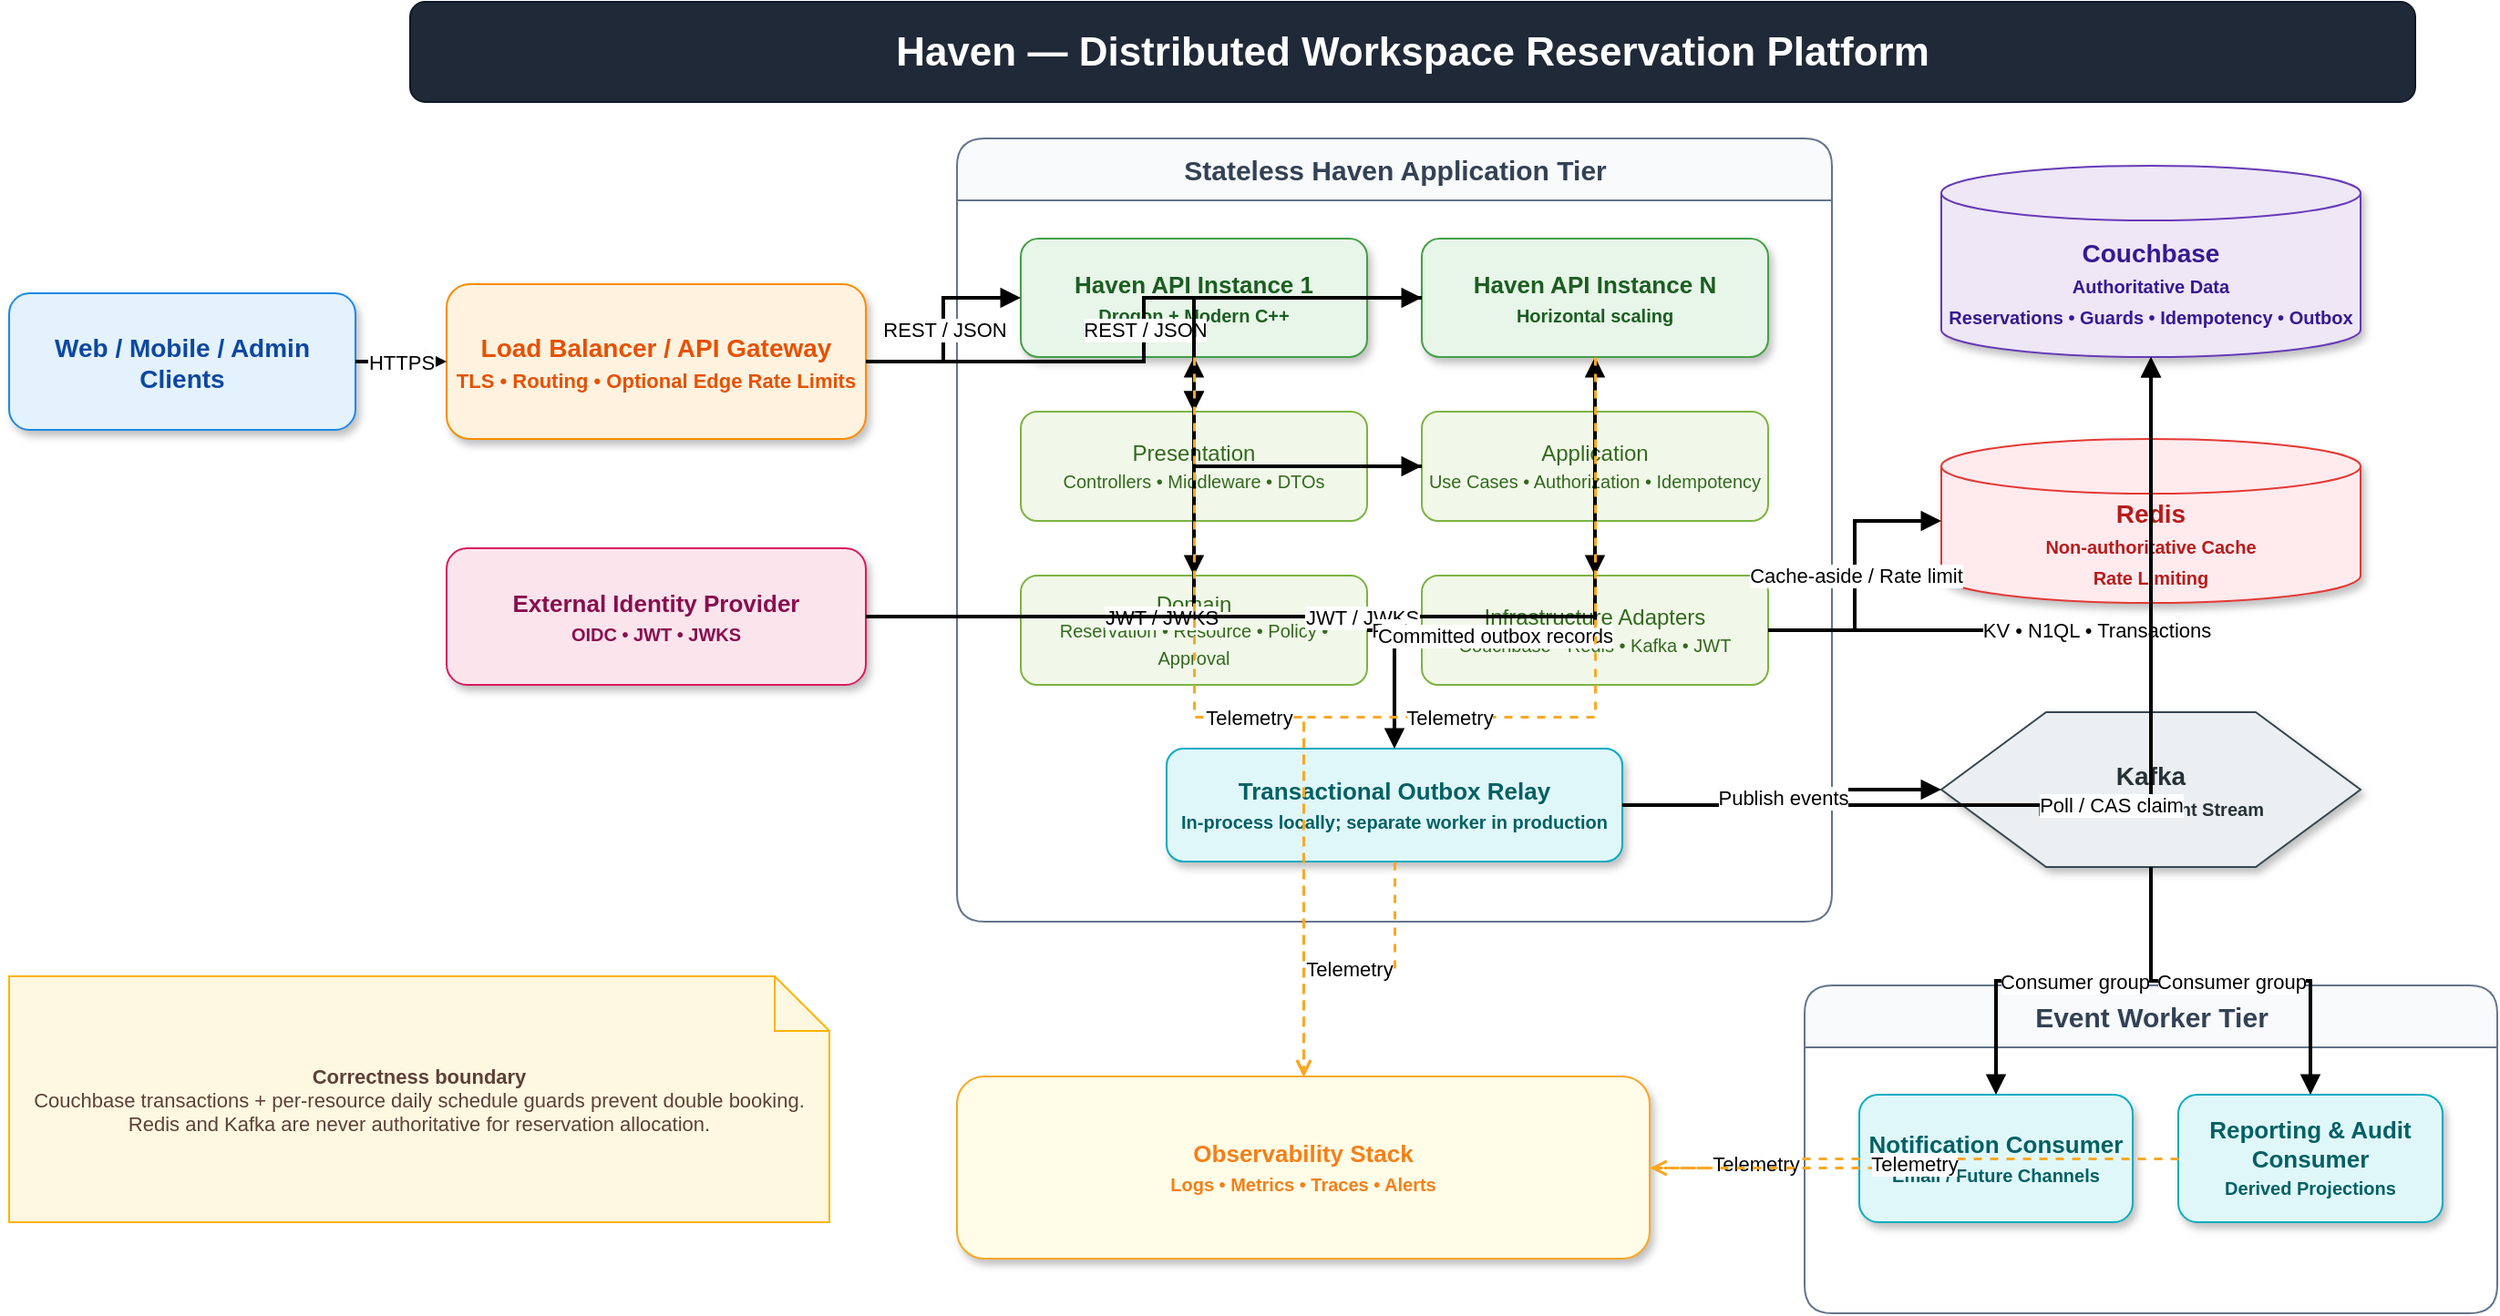
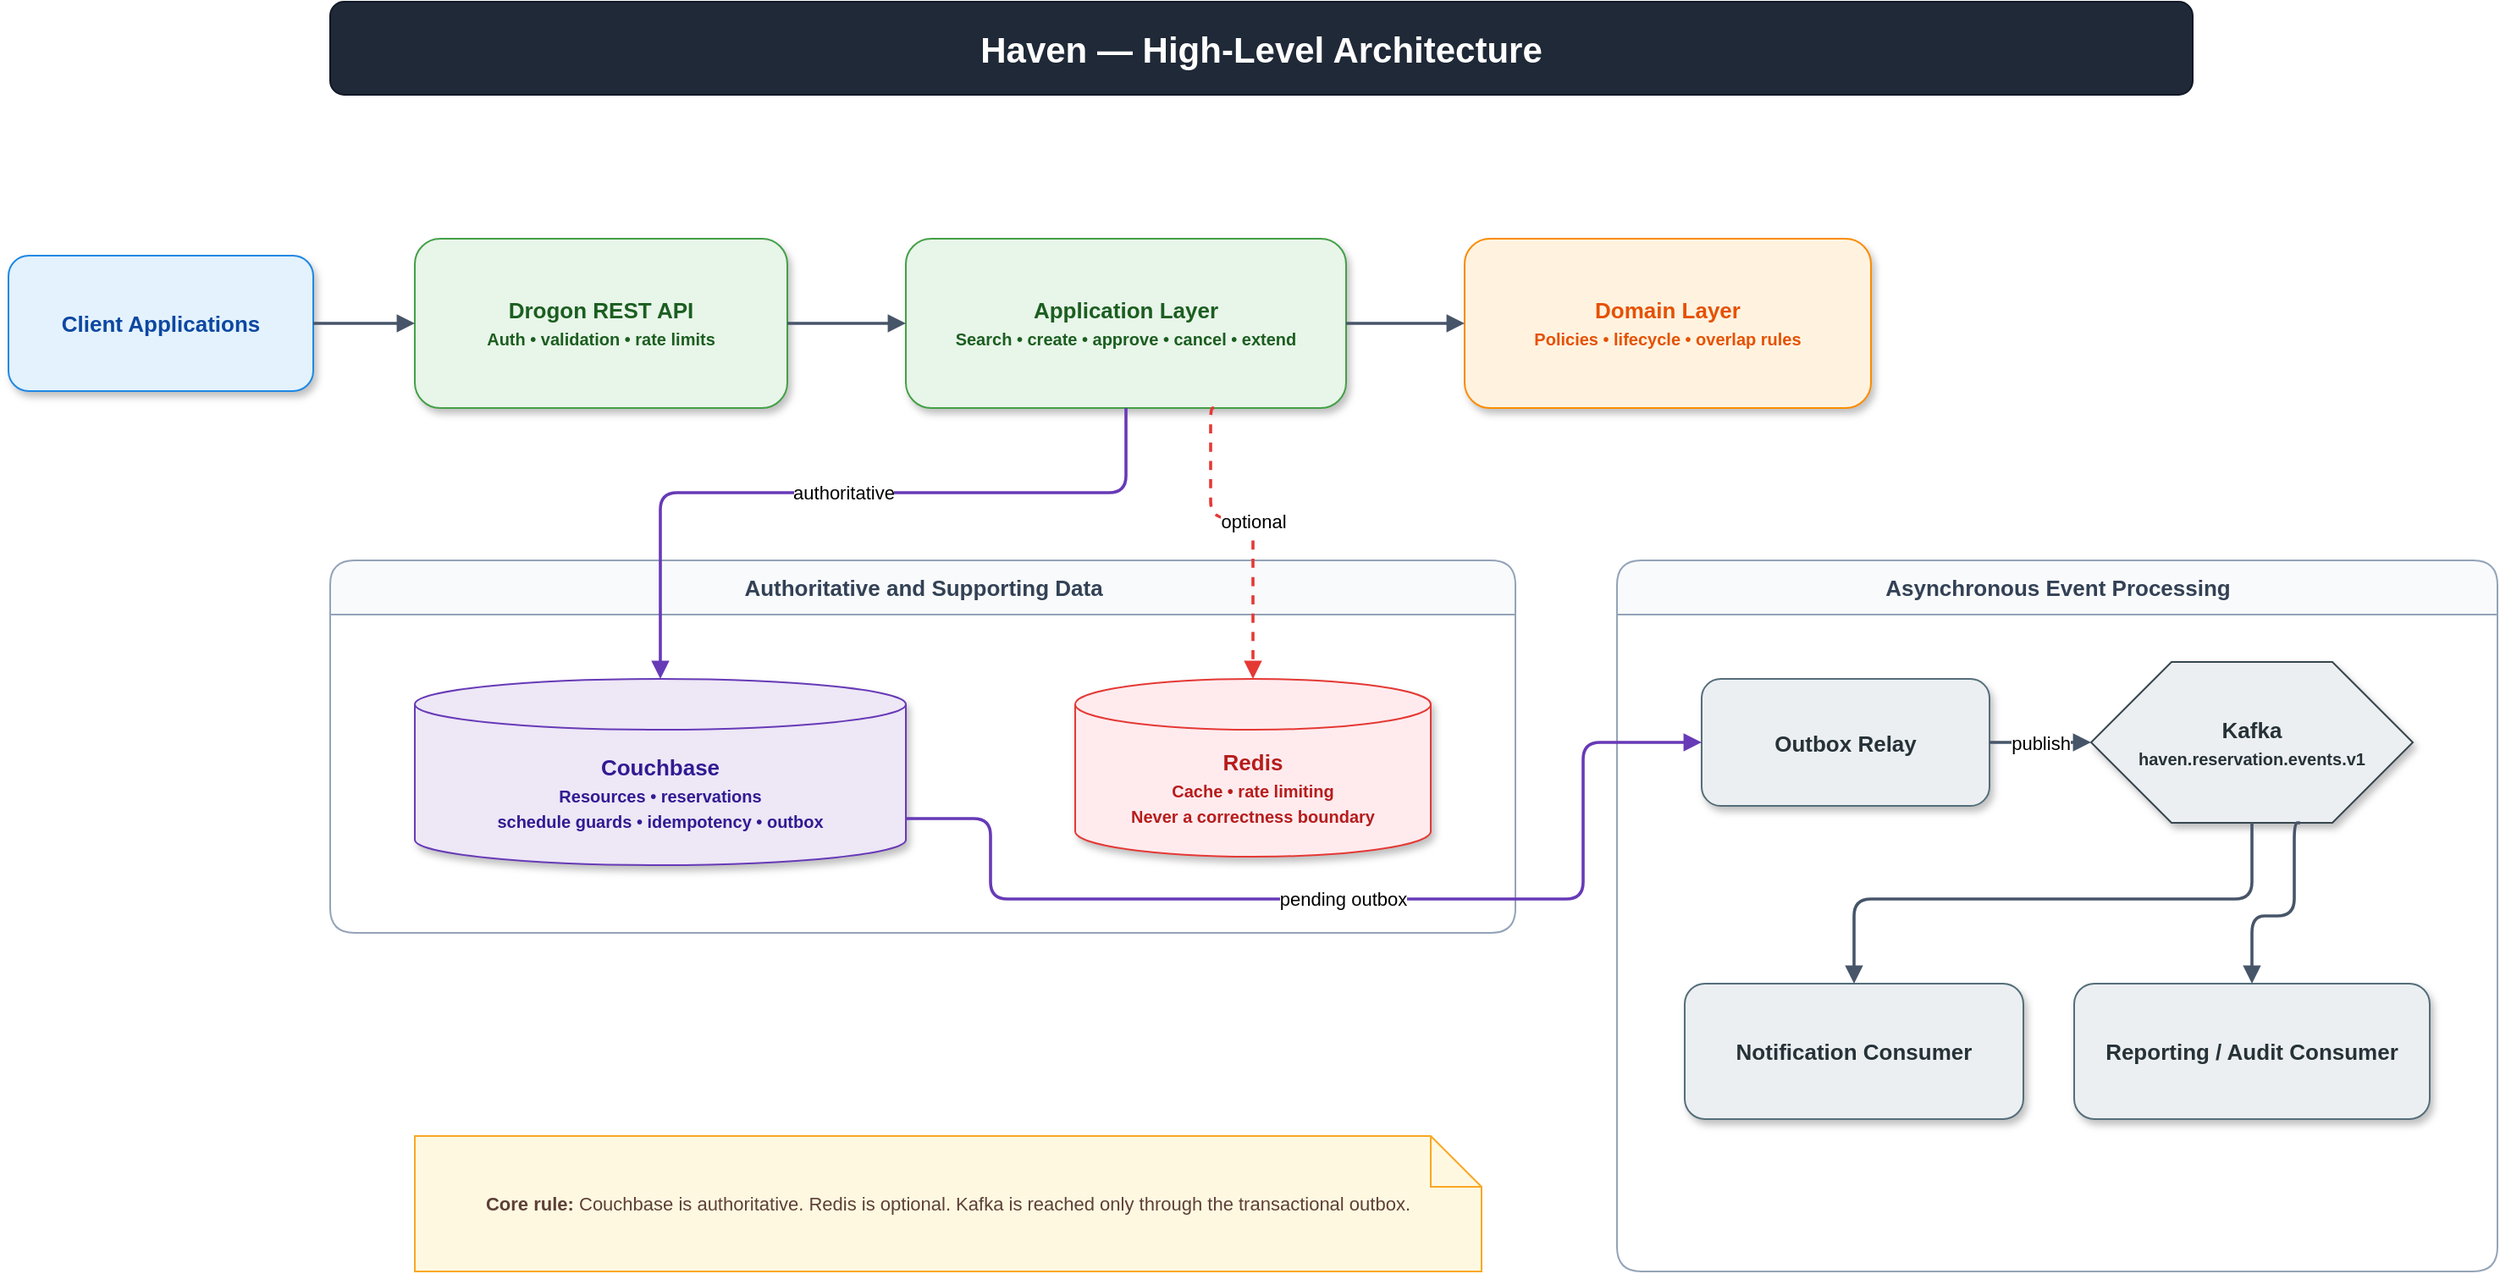
<?xml version="1.0" encoding="UTF-8"?>
- <mxfile host="app.diagrams.net" modified="2026-07-20T06:49:19.156001+00:00" agent="ChatGPT" version="24.7.17" type="device">
-    <diagram id="haven-architecture" name="Haven Architecture">
+ <mxfile host="app.diagrams.net" modified="2026-07-20T09:18:45.749853+00:00" agent="ChatGPT" version="24.7.17" type="device">
+    <diagram id="haven-architecture-polished" name="Architecture">
      <mxGraphModel dx="1600" dy="900" grid="1" gridSize="10" guides="1" tooltips="1" connect="1" arrows="1" fold="1" page="1" pageScale="1" pageWidth="1600" pageHeight="900" math="0" shadow="0">
         <root>
            <mxCell id="0" />
            <mxCell id="1" parent="0" />
-             <mxCell id="title" value="Haven — Distributed Workspace Reservation Platform" style="rounded=1;whiteSpace=wrap;html=1;fillColor=#1F2937;strokeColor=#111827;fontColor=#FFFFFF;fontSize=22;fontStyle=1;align=center;verticalAlign=middle;" vertex="1" parent="1">
+             <mxCell id="title" value="Haven — High-Level Architecture" style="rounded=1;whiteSpace=wrap;html=1;fillColor=#1F2937;strokeColor=#111827;fontColor=#FFFFFF;fontSize=21;fontStyle=1;align=center;verticalAlign=middle;" vertex="1" parent="1">
               <mxGeometry x="250" y="20" width="1100" height="55" as="geometry" />
            </mxCell>
-             <mxCell id="clients" value="Web / Mobile / Admin Clients" style="rounded=1;whiteSpace=wrap;html=1;fillColor=#E3F2FD;strokeColor=#1E88E5;fontColor=#0D47A1;fontSize=14;fontStyle=1;shadow=1;" vertex="1" parent="1">
-                <mxGeometry x="30" y="180" width="190" height="75" as="geometry" />
+             <mxCell id="client" value="Client Applications" style="rounded=1;whiteSpace=wrap;html=1;fillColor=#E3F2FD;strokeColor=#1E88E5;fontColor=#0D47A1;fontSize=13;fontStyle=1;shadow=1;" vertex="1" parent="1">
+                <mxGeometry x="60" y="170" width="180" height="80" as="geometry" />
            </mxCell>
-             <mxCell id="gateway" value="Load Balancer / API Gateway&lt;br&gt;&lt;font style='font-size:11px'&gt;TLS • Routing • Optional Edge Rate Limits&lt;/font&gt;" style="rounded=1;whiteSpace=wrap;html=1;fillColor=#FFF3E0;strokeColor=#FB8C00;fontColor=#E65100;fontSize=14;fontStyle=1;shadow=1;" vertex="1" parent="1">
-                <mxGeometry x="270" y="175" width="230" height="85" as="geometry" />
+             <mxCell id="api" value="Drogon REST API&lt;br&gt;&lt;font style='font-size:10px'&gt;Auth • validation • rate limits&lt;/font&gt;" style="rounded=1;whiteSpace=wrap;html=1;fillColor=#E8F5E9;strokeColor=#43A047;fontColor=#1B5E20;fontSize=13;fontStyle=1;shadow=1;" vertex="1" parent="1">
+                <mxGeometry x="300" y="160" width="220" height="100" as="geometry" />
            </mxCell>
-             <mxCell id="app-tier" value="Stateless Haven Application Tier" style="swimlane;rounded=1;html=1;startSize=34;horizontal=1;fillColor=#F8FAFC;strokeColor=#64748B;fontColor=#334155;fontSize=15;fontStyle=1;" vertex="1" parent="1">
-                <mxGeometry x="550" y="95" width="480" height="430" as="geometry" />
+             <mxCell id="application" value="Application Layer&lt;br&gt;&lt;font style='font-size:10px'&gt;Search • create • approve • cancel • extend&lt;/font&gt;" style="rounded=1;whiteSpace=wrap;html=1;fillColor=#E8F5E9;strokeColor=#43A047;fontColor=#1B5E20;fontSize=13;fontStyle=1;shadow=1;" vertex="1" parent="1">
+                <mxGeometry x="590" y="160" width="260" height="100" as="geometry" />
            </mxCell>
-             <mxCell id="api1" value="Haven API Instance 1&lt;br&gt;&lt;font style='font-size:10px'&gt;Drogon + Modern C++&lt;/font&gt;" style="rounded=1;whiteSpace=wrap;html=1;fillColor=#E8F5E9;strokeColor=#43A047;fontColor=#1B5E20;fontSize=13;fontStyle=1;shadow=1;" vertex="1" parent="1">
-                <mxGeometry x="585" y="150" width="190" height="65" as="geometry" />
+             <mxCell id="domain" value="Domain Layer&lt;br&gt;&lt;font style='font-size:10px'&gt;Policies • lifecycle • overlap rules&lt;/font&gt;" style="rounded=1;whiteSpace=wrap;html=1;fillColor=#FFF3E0;strokeColor=#FB8C00;fontColor=#E65100;fontSize=13;fontStyle=1;shadow=1;" vertex="1" parent="1">
+                <mxGeometry x="920" y="160" width="240" height="100" as="geometry" />
            </mxCell>
-             <mxCell id="api2" value="Haven API Instance N&lt;br&gt;&lt;font style='font-size:10px'&gt;Horizontal scaling&lt;/font&gt;" style="rounded=1;whiteSpace=wrap;html=1;fillColor=#E8F5E9;strokeColor=#43A047;fontColor=#1B5E20;fontSize=13;fontStyle=1;shadow=1;" vertex="1" parent="1">
-                <mxGeometry x="805" y="150" width="190" height="65" as="geometry" />
+             <mxCell id="data-group" value="Authoritative and Supporting Data" style="swimlane;rounded=1;html=1;startSize=32;horizontal=1;fillColor=#F8FAFC;strokeColor=#94A3B8;fontColor=#334155;fontSize=13;fontStyle=1;" vertex="1" parent="1">
+                <mxGeometry x="250" y="350" width="700" height="220" as="geometry" />
            </mxCell>
-             <mxCell id="presentation" value="Presentation&lt;br&gt;&lt;font style='font-size:10px'&gt;Controllers • Middleware • DTOs&lt;/font&gt;" style="rounded=1;whiteSpace=wrap;html=1;fillColor=#F1F8E9;strokeColor=#7CB342;fontColor=#33691E;fontSize=12;" vertex="1" parent="1">
-                <mxGeometry x="585" y="245" width="190" height="60" as="geometry" />
+             <mxCell id="couchbase" value="Couchbase&lt;br&gt;&lt;font style='font-size:10px'&gt;Resources • reservations&lt;br&gt;schedule guards • idempotency • outbox&lt;/font&gt;" style="shape=cylinder3;whiteSpace=wrap;html=1;boundedLbl=1;backgroundOutline=1;fillColor=#EDE7F6;strokeColor=#673AB7;fontColor=#311B92;fontSize=13;fontStyle=1;shadow=1;" vertex="1" parent="1">
+                <mxGeometry x="300" y="420" width="290" height="110" as="geometry" />
            </mxCell>
-             <mxCell id="application" value="Application&lt;br&gt;&lt;font style='font-size:10px'&gt;Use Cases • Authorization • Idempotency&lt;/font&gt;" style="rounded=1;whiteSpace=wrap;html=1;fillColor=#F1F8E9;strokeColor=#7CB342;fontColor=#33691E;fontSize=12;" vertex="1" parent="1">
-                <mxGeometry x="805" y="245" width="190" height="60" as="geometry" />
+             <mxCell id="redis" value="Redis&lt;br&gt;&lt;font style='font-size:10px'&gt;Cache • rate limiting&lt;br&gt;Never a correctness boundary&lt;/font&gt;" style="shape=cylinder3;whiteSpace=wrap;html=1;boundedLbl=1;backgroundOutline=1;fillColor=#FFEBEE;strokeColor=#E53935;fontColor=#B71C1C;fontSize=13;fontStyle=1;shadow=1;" vertex="1" parent="1">
+                <mxGeometry x="690" y="420" width="210" height="105" as="geometry" />
            </mxCell>
-             <mxCell id="domain" value="Domain&lt;br&gt;&lt;font style='font-size:10px'&gt;Reservation • Resource • Policy • Approval&lt;/font&gt;" style="rounded=1;whiteSpace=wrap;html=1;fillColor=#F1F8E9;strokeColor=#7CB342;fontColor=#33691E;fontSize=12;" vertex="1" parent="1">
-                <mxGeometry x="585" y="335" width="190" height="60" as="geometry" />
+             <mxCell id="event-group" value="Asynchronous Event Processing" style="swimlane;rounded=1;html=1;startSize=32;horizontal=1;fillColor=#F8FAFC;strokeColor=#94A3B8;fontColor=#334155;fontSize=13;fontStyle=1;" vertex="1" parent="1">
+                <mxGeometry x="1010" y="350" width="520" height="420" as="geometry" />
            </mxCell>
-             <mxCell id="infra" value="Infrastructure Adapters&lt;br&gt;&lt;font style='font-size:10px'&gt;Couchbase • Redis • Kafka • JWT&lt;/font&gt;" style="rounded=1;whiteSpace=wrap;html=1;fillColor=#F1F8E9;strokeColor=#7CB342;fontColor=#33691E;fontSize=12;" vertex="1" parent="1">
-                <mxGeometry x="805" y="335" width="190" height="60" as="geometry" />
+             <mxCell id="relay" value="Outbox Relay" style="rounded=1;whiteSpace=wrap;html=1;fillColor=#ECEFF1;strokeColor=#546E7A;fontColor=#263238;fontSize=13;fontStyle=1;shadow=1;" vertex="1" parent="1">
+                <mxGeometry x="1060" y="420" width="170" height="75" as="geometry" />
            </mxCell>
-             <mxCell id="outbox-relay" value="Transactional Outbox Relay&lt;br&gt;&lt;font style='font-size:10px'&gt;In-process locally; separate worker in production&lt;/font&gt;" style="rounded=1;whiteSpace=wrap;html=1;fillColor=#E0F7FA;strokeColor=#00ACC1;fontColor=#006064;fontSize=13;fontStyle=1;shadow=1;" vertex="1" parent="1">
-                <mxGeometry x="665" y="430" width="250" height="62" as="geometry" />
+             <mxCell id="kafka" value="Kafka&lt;br&gt;&lt;font style='font-size:10px'&gt;haven.reservation.events.v1&lt;/font&gt;" style="shape=hexagon;perimeter=hexagonPerimeter2;whiteSpace=wrap;html=1;fillColor=#ECEFF1;strokeColor=#37474F;fontColor=#263238;fontSize=13;fontStyle=1;shadow=1;" vertex="1" parent="1">
+                <mxGeometry x="1290" y="410" width="190" height="95" as="geometry" />
            </mxCell>
-             <mxCell id="identity" value="External Identity Provider&lt;br&gt;&lt;font style='font-size:10px'&gt;OIDC • JWT • JWKS&lt;/font&gt;" style="rounded=1;whiteSpace=wrap;html=1;fillColor=#FCE4EC;strokeColor=#D81B60;fontColor=#880E4F;fontSize=13;fontStyle=1;shadow=1;" vertex="1" parent="1">
-                <mxGeometry x="270" y="320" width="230" height="75" as="geometry" />
+             <mxCell id="notification" value="Notification Consumer" style="rounded=1;whiteSpace=wrap;html=1;fillColor=#ECEFF1;strokeColor=#546E7A;fontColor=#263238;fontSize=13;fontStyle=1;shadow=1;" vertex="1" parent="1">
+                <mxGeometry x="1050" y="600" width="200" height="80" as="geometry" />
            </mxCell>
-             <mxCell id="couchbase" value="Couchbase&lt;br&gt;&lt;font style='font-size:10px'&gt;Authoritative Data&lt;br&gt;Reservations • Guards • Idempotency • Outbox&lt;/font&gt;" style="shape=cylinder3;whiteSpace=wrap;html=1;boundedLbl=1;backgroundOutline=1;fillColor=#EDE7F6;strokeColor=#673AB7;fontColor=#311B92;fontSize=14;fontStyle=1;shadow=1;" vertex="1" parent="1">
-                <mxGeometry x="1090" y="110" width="230" height="105" as="geometry" />
+             <mxCell id="reporting" value="Reporting / Audit Consumer" style="rounded=1;whiteSpace=wrap;html=1;fillColor=#ECEFF1;strokeColor=#546E7A;fontColor=#263238;fontSize=13;fontStyle=1;shadow=1;" vertex="1" parent="1">
+                <mxGeometry x="1280" y="600" width="210" height="80" as="geometry" />
            </mxCell>
-             <mxCell id="redis" value="Redis&lt;br&gt;&lt;font style='font-size:10px'&gt;Non-authoritative Cache&lt;br&gt;Rate Limiting&lt;/font&gt;" style="shape=cylinder3;whiteSpace=wrap;html=1;boundedLbl=1;backgroundOutline=1;fillColor=#FFEBEE;strokeColor=#E53935;fontColor=#B71C1C;fontSize=14;fontStyle=1;shadow=1;" vertex="1" parent="1">
-                <mxGeometry x="1090" y="260" width="230" height="90" as="geometry" />
-             </mxCell>
-             <mxCell id="kafka" value="Kafka&lt;br&gt;&lt;font style='font-size:10px'&gt;Reservation Event Stream&lt;/font&gt;" style="shape=hexagon;perimeter=hexagonPerimeter2;whiteSpace=wrap;html=1;fillColor=#ECEFF1;strokeColor=#37474F;fontColor=#263238;fontSize=14;fontStyle=1;shadow=1;" vertex="1" parent="1">
-                <mxGeometry x="1090" y="410" width="230" height="85" as="geometry" />
-             </mxCell>
-             <mxCell id="workers" value="Event Worker Tier" style="swimlane;rounded=1;html=1;startSize=34;horizontal=1;fillColor=#F8FAFC;strokeColor=#64748B;fontColor=#334155;fontSize=15;fontStyle=1;" vertex="1" parent="1">
-                <mxGeometry x="1015" y="560" width="380" height="180" as="geometry" />
-             </mxCell>
-             <mxCell id="notification" value="Notification Consumer&lt;br&gt;&lt;font style='font-size:10px'&gt;Email / Future Channels&lt;/font&gt;" style="rounded=1;whiteSpace=wrap;html=1;fillColor=#E0F7FA;strokeColor=#00ACC1;fontColor=#006064;fontSize=13;fontStyle=1;shadow=1;" vertex="1" parent="1">
-                <mxGeometry x="1045" y="620" width="150" height="70" as="geometry" />
-             </mxCell>
-             <mxCell id="reporting" value="Reporting &amp; Audit Consumer&lt;br&gt;&lt;font style='font-size:10px'&gt;Derived Projections&lt;/font&gt;" style="rounded=1;whiteSpace=wrap;html=1;fillColor=#E0F7FA;strokeColor=#00ACC1;fontColor=#006064;fontSize=13;fontStyle=1;shadow=1;" vertex="1" parent="1">
-                <mxGeometry x="1220" y="620" width="145" height="70" as="geometry" />
-             </mxCell>
-             <mxCell id="observability" value="Observability Stack&lt;br&gt;&lt;font style='font-size:10px'&gt;Logs • Metrics • Traces • Alerts&lt;/font&gt;" style="rounded=1;whiteSpace=wrap;html=1;fillColor=#FFFDE7;strokeColor=#F9A825;fontColor=#F57F17;fontSize=13;fontStyle=1;shadow=1;" vertex="1" parent="1">
-                <mxGeometry x="550" y="610" width="380" height="100" as="geometry" />
-             </mxCell>
-             <mxCell id="note" value="&lt;b&gt;Correctness boundary&lt;/b&gt;&lt;br&gt;Couchbase transactions + per-resource daily schedule guards prevent double booking. Redis and Kafka are never authoritative for reservation allocation." style="shape=note;whiteSpace=wrap;html=1;backgroundOutline=1;fillColor=#FFF8E1;strokeColor=#FFB300;fontColor=#5D4037;fontSize=11;" vertex="1" parent="1">
-                <mxGeometry x="30" y="555" width="450" height="135" as="geometry" />
-             </mxCell>
-             <mxCell id="e1" value="HTTPS" style="edgeStyle=orthogonalEdgeStyle;rounded=0;orthogonalLoop=1;jettySize=auto;html=1;endArrow=block;endFill=1;strokeWidth=2;" edge="1" parent="1" source="clients" target="gateway">
+             <mxCell id="a1" value="" style="edgeStyle=orthogonalEdgeStyle;rounded=1;orthogonalLoop=1;jettySize=auto;html=1;endArrow=block;endFill=1;strokeWidth=1.8;strokeColor=#475569;fontSize=11;labelBackgroundColor=#FFFFFF;exitX=1;exitY=0.5;exitDx=0;exitDy=0;exitPerimeter=1;entryX=0;entryY=0.5;entryDx=0;entryDy=0;entryPerimeter=1;" edge="1" parent="1" source="client" target="api">
               <mxGeometry relative="1" as="geometry" />
            </mxCell>
-             <mxCell id="e2" value="REST / JSON" style="edgeStyle=orthogonalEdgeStyle;rounded=0;orthogonalLoop=1;jettySize=auto;html=1;endArrow=block;endFill=1;strokeWidth=2;" edge="1" parent="1" source="gateway" target="api1">
+             <mxCell id="a2" value="" style="edgeStyle=orthogonalEdgeStyle;rounded=1;orthogonalLoop=1;jettySize=auto;html=1;endArrow=block;endFill=1;strokeWidth=1.8;strokeColor=#475569;fontSize=11;labelBackgroundColor=#FFFFFF;exitX=1;exitY=0.5;exitDx=0;exitDy=0;exitPerimeter=1;entryX=0;entryY=0.5;entryDx=0;entryDy=0;entryPerimeter=1;" edge="1" parent="1" source="api" target="application">
               <mxGeometry relative="1" as="geometry" />
            </mxCell>
-             <mxCell id="e3" value="REST / JSON" style="edgeStyle=orthogonalEdgeStyle;rounded=0;orthogonalLoop=1;jettySize=auto;html=1;endArrow=block;endFill=1;strokeWidth=2;" edge="1" parent="1" source="gateway" target="api2">
+             <mxCell id="a3" value="" style="edgeStyle=orthogonalEdgeStyle;rounded=1;orthogonalLoop=1;jettySize=auto;html=1;endArrow=block;endFill=1;strokeWidth=1.8;strokeColor=#475569;fontSize=11;labelBackgroundColor=#FFFFFF;exitX=1;exitY=0.5;exitDx=0;exitDy=0;exitPerimeter=1;entryX=0;entryY=0.5;entryDx=0;entryDy=0;entryPerimeter=1;" edge="1" parent="1" source="application" target="domain">
               <mxGeometry relative="1" as="geometry" />
            </mxCell>
-             <mxCell id="e4" value="JWT / JWKS" style="edgeStyle=orthogonalEdgeStyle;rounded=0;orthogonalLoop=1;jettySize=auto;html=1;endArrow=block;endFill=1;strokeWidth=2;" edge="1" parent="1" source="identity" target="api1">
+             <mxCell id="a4" value="authoritative" style="edgeStyle=orthogonalEdgeStyle;rounded=1;orthogonalLoop=1;jettySize=auto;html=1;endArrow=block;endFill=1;strokeWidth=1.8;strokeColor=#673AB7;fontSize=11;labelBackgroundColor=#FFFFFF;exitX=0.5;exitY=1;exitDx=0;exitDy=0;exitPerimeter=1;entryX=0.5;entryY=0;entryDx=0;entryDy=0;entryPerimeter=1;" edge="1" parent="1" source="application" target="couchbase">
+                <mxGeometry relative="1" as="geometry">
+                   <Array as="points">
+                      <mxPoint x="720" y="310" />
+                      <mxPoint x="445" y="310" />
+                   </Array>
+                </mxGeometry>
+             </mxCell>
+             <mxCell id="a5" value="optional" style="edgeStyle=orthogonalEdgeStyle;rounded=1;orthogonalLoop=1;jettySize=auto;html=1;endArrow=block;endFill=1;strokeWidth=1.8;strokeColor=#E53935;fontSize=11;labelBackgroundColor=#FFFFFF;dashed=1;exitX=0.7;exitY=1;exitDx=0;exitDy=0;exitPerimeter=1;entryX=0.5;entryY=0;entryDx=0;entryDy=0;entryPerimeter=1;" edge="1" parent="1" source="application" target="redis">
+                <mxGeometry relative="1" as="geometry">
+                   <Array as="points">
+                      <mxPoint x="770" y="325" />
+                      <mxPoint x="795" y="325" />
+                   </Array>
+                </mxGeometry>
+             </mxCell>
+             <mxCell id="a6" value="pending outbox" style="edgeStyle=orthogonalEdgeStyle;rounded=1;orthogonalLoop=1;jettySize=auto;html=1;endArrow=block;endFill=1;strokeWidth=1.8;strokeColor=#673AB7;fontSize=11;labelBackgroundColor=#FFFFFF;exitX=1;exitY=0.75;exitDx=0;exitDy=0;exitPerimeter=1;entryX=0;entryY=0.5;entryDx=0;entryDy=0;entryPerimeter=1;" edge="1" parent="1" source="couchbase" target="relay">
+                <mxGeometry relative="1" as="geometry">
+                   <Array as="points">
+                      <mxPoint x="640" y="550" />
+                      <mxPoint x="990" y="550" />
+                      <mxPoint x="990" y="458" />
+                   </Array>
+                </mxGeometry>
+             </mxCell>
+             <mxCell id="a7" value="publish" style="edgeStyle=orthogonalEdgeStyle;rounded=1;orthogonalLoop=1;jettySize=auto;html=1;endArrow=block;endFill=1;strokeWidth=1.8;strokeColor=#475569;fontSize=11;labelBackgroundColor=#FFFFFF;exitX=1;exitY=0.5;exitDx=0;exitDy=0;exitPerimeter=1;entryX=0;entryY=0.5;entryDx=0;entryDy=0;entryPerimeter=1;" edge="1" parent="1" source="relay" target="kafka">
               <mxGeometry relative="1" as="geometry" />
            </mxCell>
-             <mxCell id="e5" value="JWT / JWKS" style="edgeStyle=orthogonalEdgeStyle;rounded=0;orthogonalLoop=1;jettySize=auto;html=1;endArrow=block;endFill=1;strokeWidth=2;" edge="1" parent="1" source="identity" target="api2">
-                <mxGeometry relative="1" as="geometry" />
+             <mxCell id="a8" value="" style="edgeStyle=orthogonalEdgeStyle;rounded=1;orthogonalLoop=1;jettySize=auto;html=1;endArrow=block;endFill=1;strokeWidth=1.8;strokeColor=#475569;fontSize=11;labelBackgroundColor=#FFFFFF;exitX=0.5;exitY=1;exitDx=0;exitDy=0;exitPerimeter=1;entryX=0.5;entryY=0;entryDx=0;entryDy=0;entryPerimeter=1;" edge="1" parent="1" source="kafka" target="notification">
+                <mxGeometry relative="1" as="geometry">
+                   <Array as="points">
+                      <mxPoint x="1385" y="550" />
+                      <mxPoint x="1150" y="550" />
+                   </Array>
+                </mxGeometry>
            </mxCell>
-             <mxCell id="e6" value="" style="edgeStyle=orthogonalEdgeStyle;rounded=0;orthogonalLoop=1;jettySize=auto;html=1;endArrow=block;endFill=1;strokeWidth=2;" edge="1" parent="1" source="api1" target="presentation">
-                <mxGeometry relative="1" as="geometry" />
+             <mxCell id="a9" value="" style="edgeStyle=orthogonalEdgeStyle;rounded=1;orthogonalLoop=1;jettySize=auto;html=1;endArrow=block;endFill=1;strokeWidth=1.8;strokeColor=#475569;fontSize=11;labelBackgroundColor=#FFFFFF;exitX=0.65;exitY=1;exitDx=0;exitDy=0;exitPerimeter=1;entryX=0.5;entryY=0;entryDx=0;entryDy=0;entryPerimeter=1;" edge="1" parent="1" source="kafka" target="reporting">
+                <mxGeometry relative="1" as="geometry">
+                   <Array as="points">
+                      <mxPoint x="1410" y="560" />
+                      <mxPoint x="1385" y="560" />
+                   </Array>
+                </mxGeometry>
            </mxCell>
-             <mxCell id="e7" value="" style="edgeStyle=orthogonalEdgeStyle;rounded=0;orthogonalLoop=1;jettySize=auto;html=1;endArrow=block;endFill=1;strokeWidth=2;" edge="1" parent="1" source="api2" target="presentation">
-                <mxGeometry relative="1" as="geometry" />
-             </mxCell>
-             <mxCell id="e8" value="" style="edgeStyle=orthogonalEdgeStyle;rounded=0;orthogonalLoop=1;jettySize=auto;html=1;endArrow=block;endFill=1;strokeWidth=2;" edge="1" parent="1" source="presentation" target="application">
-                <mxGeometry relative="1" as="geometry" />
-             </mxCell>
-             <mxCell id="e9" value="" style="edgeStyle=orthogonalEdgeStyle;rounded=0;orthogonalLoop=1;jettySize=auto;html=1;endArrow=block;endFill=1;strokeWidth=2;" edge="1" parent="1" source="application" target="domain">
-                <mxGeometry relative="1" as="geometry" />
-             </mxCell>
-             <mxCell id="e10" value="" style="edgeStyle=orthogonalEdgeStyle;rounded=0;orthogonalLoop=1;jettySize=auto;html=1;endArrow=block;endFill=1;strokeWidth=2;" edge="1" parent="1" source="application" target="infra">
-                <mxGeometry relative="1" as="geometry" />
-             </mxCell>
-             <mxCell id="e11" value="Ports" style="edgeStyle=orthogonalEdgeStyle;rounded=0;orthogonalLoop=1;jettySize=auto;html=1;endArrow=block;endFill=1;strokeWidth=2;" edge="1" parent="1" source="domain" target="infra">
-                <mxGeometry relative="1" as="geometry" />
-             </mxCell>
-             <mxCell id="e12" value="KV • N1QL • Transactions" style="edgeStyle=orthogonalEdgeStyle;rounded=0;orthogonalLoop=1;jettySize=auto;html=1;endArrow=block;endFill=1;strokeWidth=2;" edge="1" parent="1" source="infra" target="couchbase">
-                <mxGeometry relative="1" as="geometry" />
-             </mxCell>
-             <mxCell id="e13" value="Cache-aside / Rate limit" style="edgeStyle=orthogonalEdgeStyle;rounded=0;orthogonalLoop=1;jettySize=auto;html=1;endArrow=block;endFill=1;strokeWidth=2;" edge="1" parent="1" source="infra" target="redis">
-                <mxGeometry relative="1" as="geometry" />
-             </mxCell>
-             <mxCell id="e14" value="Committed outbox records" style="edgeStyle=orthogonalEdgeStyle;rounded=0;orthogonalLoop=1;jettySize=auto;html=1;endArrow=block;endFill=1;strokeWidth=2;" edge="1" parent="1" source="application" target="outbox-relay">
-                <mxGeometry relative="1" as="geometry" />
-             </mxCell>
-             <mxCell id="e15" value="Poll / CAS claim" style="edgeStyle=orthogonalEdgeStyle;rounded=0;orthogonalLoop=1;jettySize=auto;html=1;endArrow=block;endFill=1;strokeWidth=2;" edge="1" parent="1" source="outbox-relay" target="couchbase">
-                <mxGeometry relative="1" as="geometry" />
-             </mxCell>
-             <mxCell id="e16" value="Publish events" style="edgeStyle=orthogonalEdgeStyle;rounded=0;orthogonalLoop=1;jettySize=auto;html=1;endArrow=block;endFill=1;strokeWidth=2;" edge="1" parent="1" source="outbox-relay" target="kafka">
-                <mxGeometry relative="1" as="geometry" />
-             </mxCell>
-             <mxCell id="e17" value="Consumer group" style="edgeStyle=orthogonalEdgeStyle;rounded=0;orthogonalLoop=1;jettySize=auto;html=1;endArrow=block;endFill=1;strokeWidth=2;" edge="1" parent="1" source="kafka" target="notification">
-                <mxGeometry relative="1" as="geometry" />
-             </mxCell>
-             <mxCell id="e18" value="Consumer group" style="edgeStyle=orthogonalEdgeStyle;rounded=0;orthogonalLoop=1;jettySize=auto;html=1;endArrow=block;endFill=1;strokeWidth=2;" edge="1" parent="1" source="kafka" target="reporting">
-                <mxGeometry relative="1" as="geometry" />
-             </mxCell>
-             <mxCell id="e19" value="Telemetry" style="edgeStyle=orthogonalEdgeStyle;rounded=0;orthogonalLoop=1;jettySize=auto;html=1;endArrow=open;endFill=0;dashed=1;strokeWidth=1.5;strokeColor=#F9A825;" edge="1" parent="1" source="api1" target="observability">
-                <mxGeometry relative="1" as="geometry" />
-             </mxCell>
-             <mxCell id="e20" value="Telemetry" style="edgeStyle=orthogonalEdgeStyle;rounded=0;orthogonalLoop=1;jettySize=auto;html=1;endArrow=open;endFill=0;dashed=1;strokeWidth=1.5;strokeColor=#F9A825;" edge="1" parent="1" source="api2" target="observability">
-                <mxGeometry relative="1" as="geometry" />
-             </mxCell>
-             <mxCell id="e21" value="Telemetry" style="edgeStyle=orthogonalEdgeStyle;rounded=0;orthogonalLoop=1;jettySize=auto;html=1;endArrow=open;endFill=0;dashed=1;strokeWidth=1.5;strokeColor=#F9A825;" edge="1" parent="1" source="outbox-relay" target="observability">
-                <mxGeometry relative="1" as="geometry" />
-             </mxCell>
-             <mxCell id="e22" value="Telemetry" style="edgeStyle=orthogonalEdgeStyle;rounded=0;orthogonalLoop=1;jettySize=auto;html=1;endArrow=open;endFill=0;dashed=1;strokeWidth=1.5;strokeColor=#F9A825;" edge="1" parent="1" source="notification" target="observability">
-                <mxGeometry relative="1" as="geometry" />
-             </mxCell>
-             <mxCell id="e23" value="Telemetry" style="edgeStyle=orthogonalEdgeStyle;rounded=0;orthogonalLoop=1;jettySize=auto;html=1;endArrow=open;endFill=0;dashed=1;strokeWidth=1.5;strokeColor=#F9A825;" edge="1" parent="1" source="reporting" target="observability">
-                <mxGeometry relative="1" as="geometry" />
+             <mxCell id="note" value="&lt;b&gt;Core rule:&lt;/b&gt; Couchbase is authoritative. Redis is optional. Kafka is reached only through the transactional outbox." style="shape=note;whiteSpace=wrap;html=1;backgroundOutline=1;fillColor=#FFF8E1;strokeColor=#F9A825;fontColor=#5D4037;fontSize=11;" vertex="1" parent="1">
+                <mxGeometry x="300" y="690" width="630" height="80" as="geometry" />
            </mxCell>
         </root>
      </mxGraphModel>
   </diagram>
</mxfile>